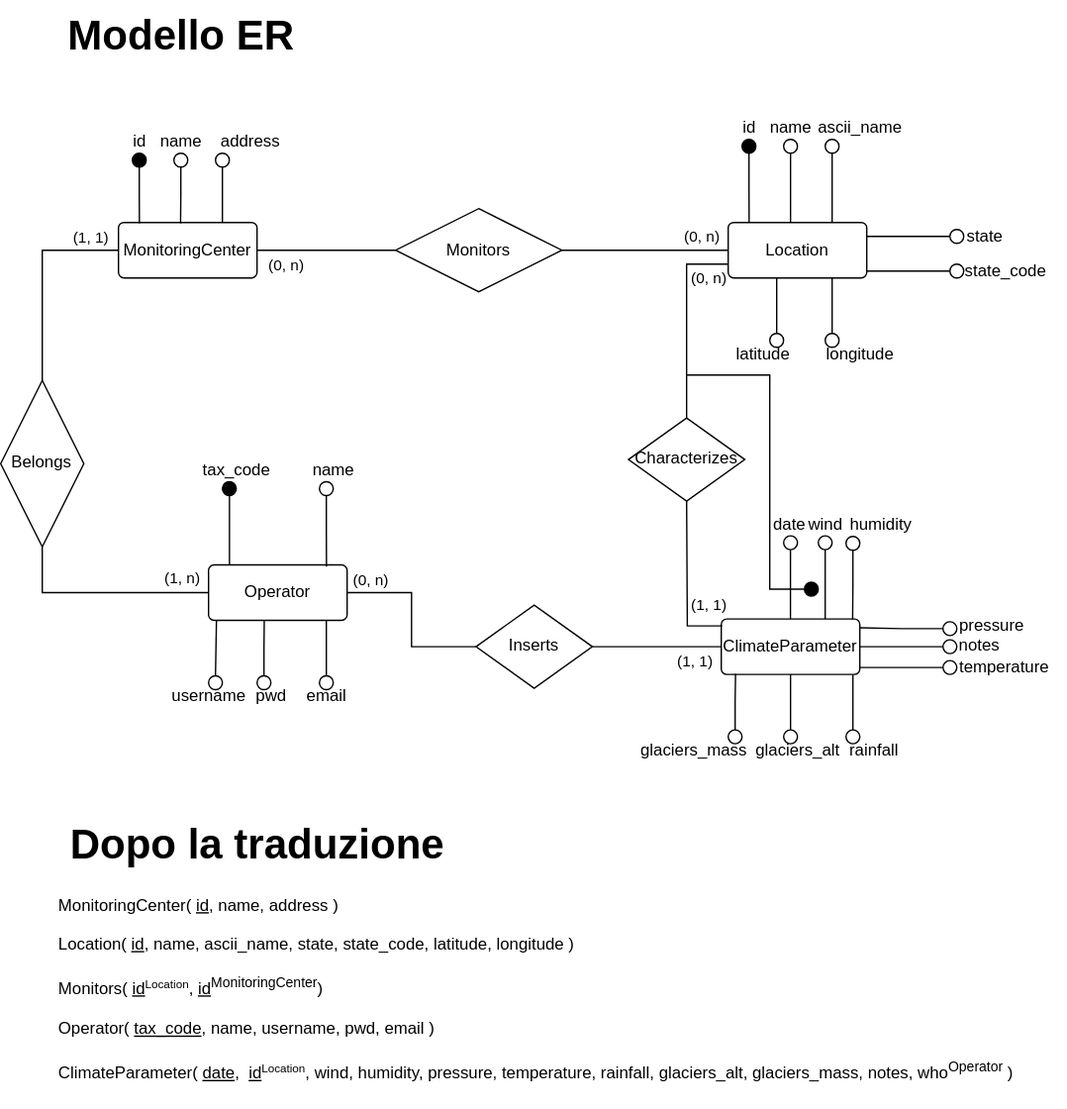
Earlier version of the draw.io export docs/db_project.svg (lu-maca/ClimateMonitoringServer). Source tidied: cells renumbered, new cells last; positions are measured from the earlier drawing's top-left corner, leaving out a move shared by most shapes.
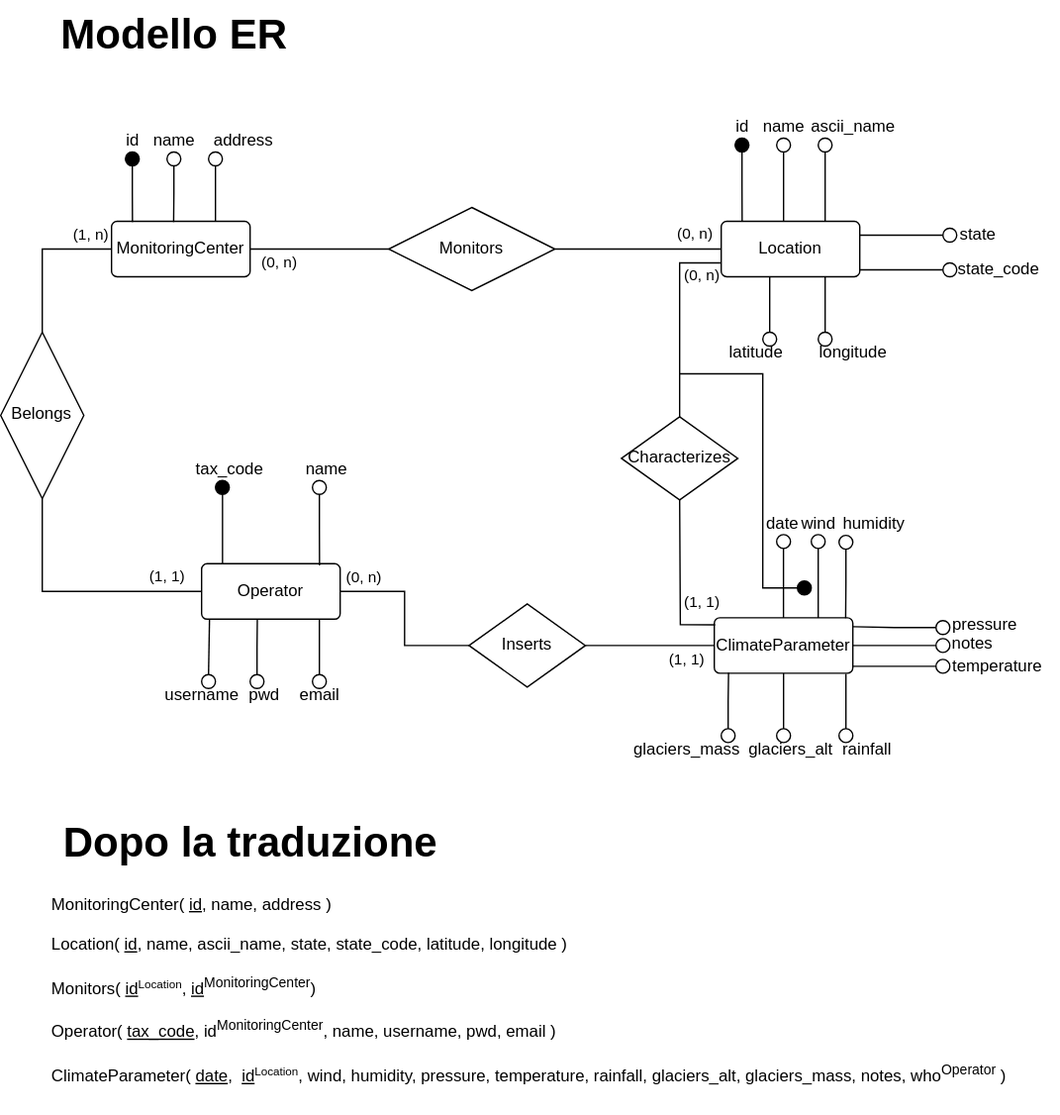
After the change.

Diff of the diagram source:
```diff
@@ -136,7 +136,7 @@
     <mxCell id="40" style="edgeStyle=orthogonalEdgeStyle;rounded=0;jettySize=auto;html=1;exitX=0;exitY=0.5;exitDx=0;exitDy=0;entryX=0;entryY=0.5;entryDx=0;entryDy=0;endArrow=none;endFill=0;" parent="1" edge="1" source="42" target="60">
       <mxGeometry relative="1" as="geometry" />
     </mxCell>
-    <mxCell id="41" value="(1, n)" style="edgeLabel;html=1;align=center;verticalAlign=middle;" parent="40" vertex="1">
+    <mxCell id="41" value="(1, 1)" style="edgeLabel;html=1;align=center;verticalAlign=middle;" parent="40" vertex="1">
       <mxGeometry x="-0.68" y="-2" relative="1" as="geometry">
         <mxPoint x="4" y="-9" as="offset" />
       </mxGeometry>
@@ -197,13 +197,13 @@
     <mxCell id="58" style="edgeStyle=orthogonalEdgeStyle;rounded=0;jettySize=auto;html=1;exitX=1;exitY=0.5;exitDx=0;exitDy=0;entryX=0;entryY=0.5;entryDx=0;entryDy=0;endArrow=none;endFill=0;" parent="1" edge="1" source="60" target="2">
       <mxGeometry relative="1" as="geometry" />
     </mxCell>
-    <mxCell id="59" value="(1, 1)" style="edgeLabel;html=1;align=center;verticalAlign=middle;" parent="58" vertex="1">
+    <mxCell id="59" value="(1, n)" style="edgeLabel;html=1;align=center;verticalAlign=middle;" parent="58" vertex="1">
       <mxGeometry x="0.72" relative="1" as="geometry">
         <mxPoint y="-10" as="offset" />
       </mxGeometry>
     </mxCell>
     <mxCell id="60" value="Belongs" style="shape=rhombus;perimeter=rhombusPerimeter;whiteSpace=wrap;html=1;align=center;rotation=-90;textDirection=vertical-rl;" parent="1" vertex="1">
-      <mxGeometry y="304" width="120" height="60" as="geometry" />
+      <mxGeometry x="5" y="270" width="120" height="60" as="geometry" />
     </mxCell>
     <mxCell id="61" value="&lt;b&gt;&lt;font style=&quot;font-size: 30px;&quot;&gt;Modello ER&lt;/font&gt;&lt;/b&gt;" style="text;html=1;align=center;verticalAlign=middle;strokeColor=none;fillColor=none;" parent="1" vertex="1">
       <mxGeometry x="65" width="190" height="50" as="geometry" />
@@ -348,8 +348,8 @@
     <mxCell id="101" value="&lt;b&gt;&lt;font style=&quot;font-size: 30px;&quot;&gt;Dopo la traduzione&lt;/font&gt;&lt;/b&gt;" style="text;html=1;align=center;verticalAlign=middle;strokeColor=none;fillColor=none;" parent="1" vertex="1">
       <mxGeometry x="70" y="583" width="290" height="50" as="geometry" />
     </mxCell>
-    <mxCell id="102" value="MonitoringCenter( &lt;u&gt;id&lt;/u&gt;, name, address )&lt;div&gt;&lt;br&gt;&lt;div&gt;Location( &lt;u&gt;id&lt;/u&gt;, name, ascii_name, state, state_code, latitude, longitude )&lt;/div&gt;&lt;div&gt;&lt;br&gt;&lt;/div&gt;&lt;div&gt;Monitors( &lt;u&gt;id&lt;/u&gt;&lt;span style=&quot;font-size: 10px;&quot;&gt;&lt;sup&gt;Location&lt;/sup&gt;&lt;/span&gt;, &lt;u&gt;id&lt;/u&gt;&lt;sup&gt;MonitoringCenter&lt;/sup&gt;)&lt;/div&gt;&lt;div&gt;&lt;br&gt;&lt;/div&gt;&lt;div&gt;&lt;span style=&quot;background-color: initial;&quot;&gt;Operator( &lt;/span&gt;&lt;u style=&quot;background-color: initial;&quot;&gt;tax_code&lt;/u&gt;&lt;span style=&quot;background-color: initial;&quot;&gt;, name, username, pwd, email )&lt;/span&gt;&lt;br&gt;&lt;/div&gt;&lt;div&gt;&lt;span style=&quot;background-color: initial;&quot;&gt;&lt;br&gt;&lt;/span&gt;&lt;/div&gt;&lt;div&gt;&lt;div&gt;ClimateParameter(&amp;nbsp;&lt;u&gt;date&lt;/u&gt;,&amp;nbsp;&lt;span style=&quot;background-color: initial;&quot;&gt;&amp;nbsp;&lt;/span&gt;&lt;u style=&quot;background-color: initial;&quot;&gt;id&lt;/u&gt;&lt;span style=&quot;background-color: initial; font-size: 10px;&quot;&gt;&lt;sup&gt;Location&lt;/sup&gt;&lt;/span&gt;&lt;span style=&quot;background-color: initial;&quot;&gt;, wind, humidity, pressure, temperature, rainfall, glaciers_alt, glaciers_mass, notes, who&lt;sup&gt;Operator&lt;/sup&gt;&amp;nbsp;)&lt;/span&gt;&lt;/div&gt;&lt;/div&gt;&lt;div&gt;&lt;span style=&quot;background-color: initial;&quot;&gt;&lt;br&gt;&lt;/span&gt;&lt;/div&gt;&lt;/div&gt;" style="text;html=1;align=left;verticalAlign=middle;strokeColor=none;fillColor=none;" parent="1" vertex="1">
-      <mxGeometry x="70" y="640" width="710" height="160" as="geometry" />
+    <mxCell id="102" value="MonitoringCenter( &lt;u&gt;id&lt;/u&gt;, name, address )&lt;div&gt;&lt;br&gt;&lt;div&gt;Location( &lt;u&gt;id&lt;/u&gt;, name, ascii_name, state, state_code, latitude, longitude )&lt;/div&gt;&lt;div&gt;&lt;br&gt;&lt;/div&gt;&lt;div&gt;Monitors( &lt;u&gt;id&lt;/u&gt;&lt;span style=&quot;font-size: 10px;&quot;&gt;&lt;sup&gt;Location&lt;/sup&gt;&lt;/span&gt;, &lt;u&gt;id&lt;/u&gt;&lt;sup&gt;MonitoringCenter&lt;/sup&gt;)&lt;/div&gt;&lt;div&gt;&lt;br&gt;&lt;/div&gt;&lt;div&gt;&lt;span style=&quot;background-color: initial;&quot;&gt;Operator( &lt;/span&gt;&lt;u style=&quot;background-color: initial;&quot;&gt;tax_code&lt;/u&gt;&lt;span style=&quot;background-color: initial;&quot;&gt;, id&lt;sup&gt;MonitoringCenter&lt;/sup&gt;, name, username, pwd, email )&lt;/span&gt;&lt;br&gt;&lt;/div&gt;&lt;div&gt;&lt;br&gt;&lt;/div&gt;&lt;div&gt;&lt;div&gt;ClimateParameter(&amp;nbsp;&lt;u&gt;date&lt;/u&gt;,&amp;nbsp;&lt;span style=&quot;background-color: initial;&quot;&gt;&amp;nbsp;&lt;/span&gt;&lt;u style=&quot;background-color: initial;&quot;&gt;id&lt;/u&gt;&lt;span style=&quot;background-color: initial; font-size: 10px;&quot;&gt;&lt;sup&gt;Location&lt;/sup&gt;&lt;/span&gt;&lt;span style=&quot;background-color: initial;&quot;&gt;, wind, humidity, pressure, temperature, rainfall, glaciers_alt, glaciers_mass, notes, who&lt;sup&gt;Operator&lt;/sup&gt;&amp;nbsp;)&lt;/span&gt;&lt;/div&gt;&lt;/div&gt;&lt;div&gt;&lt;span style=&quot;background-color: initial;&quot;&gt;&lt;br&gt;&lt;/span&gt;&lt;/div&gt;&lt;/div&gt;" style="text;html=1;align=left;verticalAlign=middle;strokeColor=none;fillColor=none;" parent="1" vertex="1">
+      <mxGeometry x="70" y="639" width="707" height="165" as="geometry" />
     </mxCell>
   </root>
 </mxGraphModel>
```
